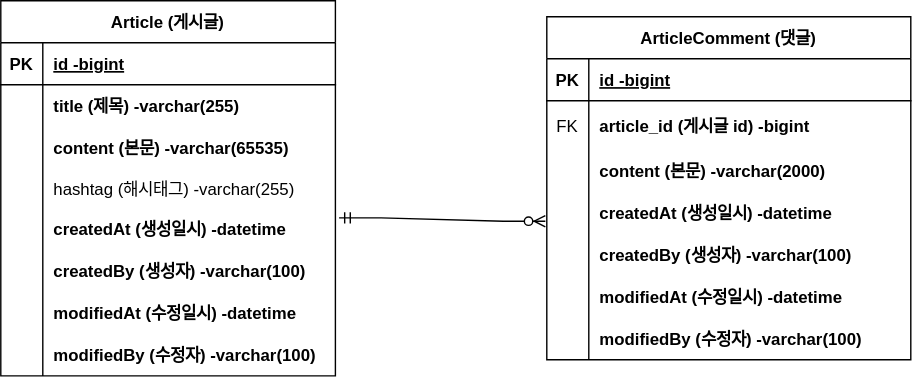
Above: document/project-board-erd.svg in subbni/project-board (draw.io), before the change. Source tidied: cells renumbered, new cells last; positions are measured from the earlier drawing's top-left corner, leaving out a move shared by most shapes.
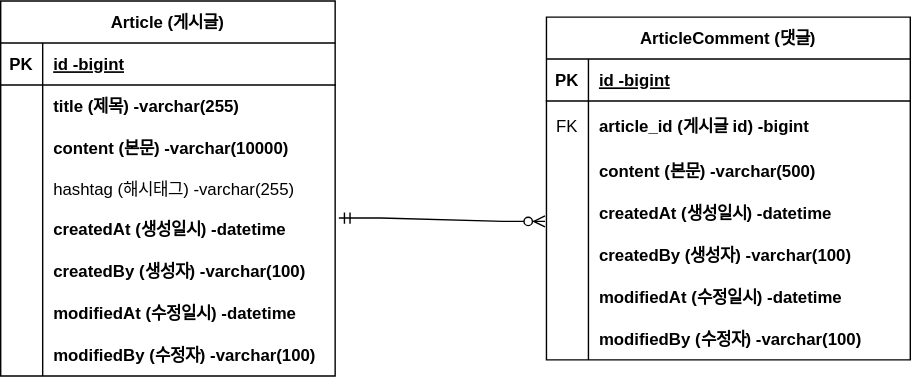
The same file after the commit.

Commit message:
#11 - erd 업데이트: content 사이즈 변경

The edit, as a diff of the source:
```diff
@@ -29,7 +29,7 @@
     <mxCell id="10" style="shape=partialRectangle;fillColor=none;top=0;left=0;bottom=0;right=0;overflow=hidden;" parent="9" vertex="1">
       <mxGeometry width="30" height="30" as="geometry" />
     </mxCell>
-    <mxCell id="11" value="content (본문) -varchar(65535)" style="shape=partialRectangle;fillColor=none;top=0;left=0;bottom=0;right=0;align=left;spacingLeft=6;overflow=hidden;fontStyle=1;" parent="9" vertex="1">
+    <mxCell id="11" value="content (본문) -varchar(10000)" style="shape=partialRectangle;fillColor=none;top=0;left=0;bottom=0;right=0;align=left;spacingLeft=6;overflow=hidden;fontStyle=1;" parent="9" vertex="1">
       <mxGeometry x="30" width="209" height="30" as="geometry" />
     </mxCell>
     <mxCell id="12" style="shape=tableRow;horizontal=0;startSize=0;swimlaneHead=0;swimlaneBody=0;fillColor=none;top=0;left=0;right=0;bottom=0;" parent="2" vertex="1">
@@ -104,7 +104,7 @@
     <mxCell id="35" style="shape=partialRectangle;fillColor=none;top=0;left=0;bottom=0;right=0;overflow=hidden;" parent="34" vertex="1">
       <mxGeometry width="30" height="30" as="geometry" />
     </mxCell>
-    <mxCell id="36" value="content (본문) -varchar(2000)" style="shape=partialRectangle;fillColor=none;top=0;left=0;bottom=0;right=0;align=left;spacingLeft=6;overflow=hidden;fontStyle=1;" parent="34" vertex="1">
+    <mxCell id="36" value="content (본문) -varchar(500)" style="shape=partialRectangle;fillColor=none;top=0;left=0;bottom=0;right=0;align=left;spacingLeft=6;overflow=hidden;fontStyle=1;" parent="34" vertex="1">
       <mxGeometry x="30" width="230" height="30" as="geometry" />
     </mxCell>
     <mxCell id="37" style="shape=tableRow;horizontal=0;startSize=0;swimlaneHead=0;swimlaneBody=0;fillColor=none;points=[[0,0.5],[1,0.5]];portConstraint=eastwest;top=0;left=0;right=0;bottom=0;" parent="27" vertex="1">
```
